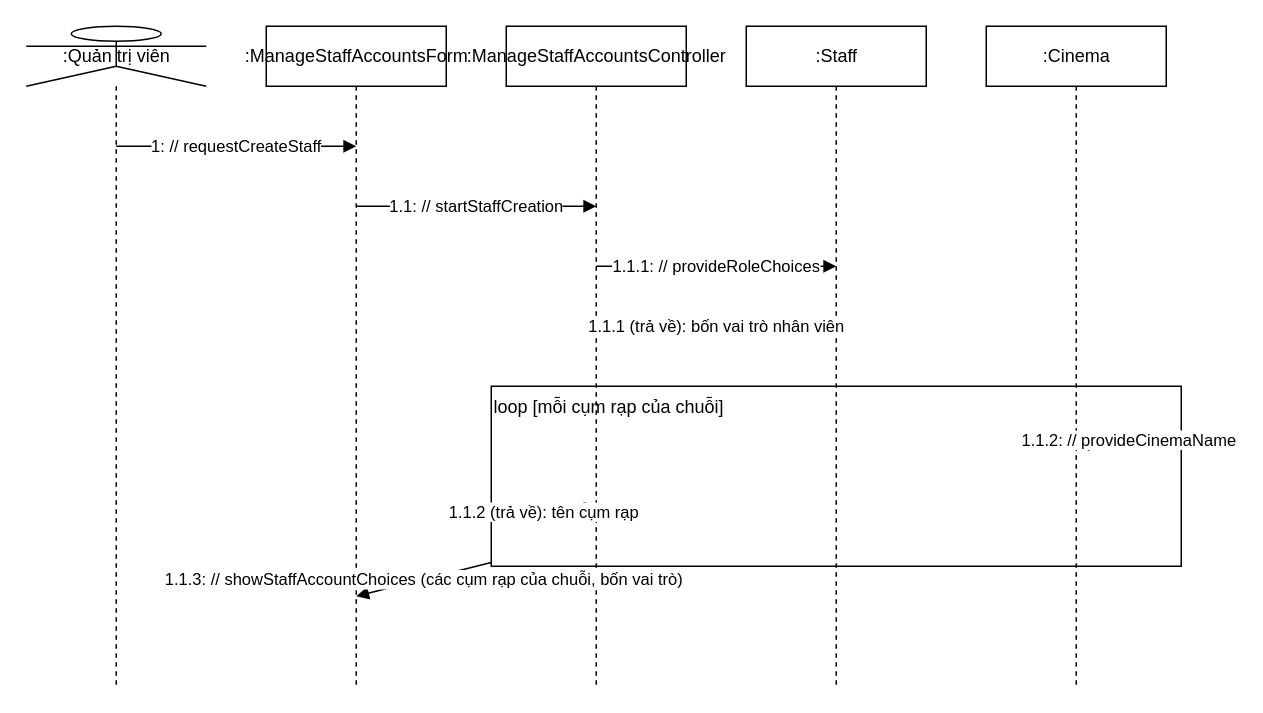
The draw.io diagram page "SD1a - Luồng chính bước 1 đến 2" (1 of 9) of design/diagrams/P07-sequence-UC-017.drawio in luytbq/app-dat-ve-xem-phim, before the edit. Source tidied: cells renumbered, new cells numbered last; positions are measured from the earlier drawing's top-left corner, leaving out a move shared by most shapes. Both pictures are drawn from the tidied source at 150%, with x=0, y=0 at pixel (26, 26).
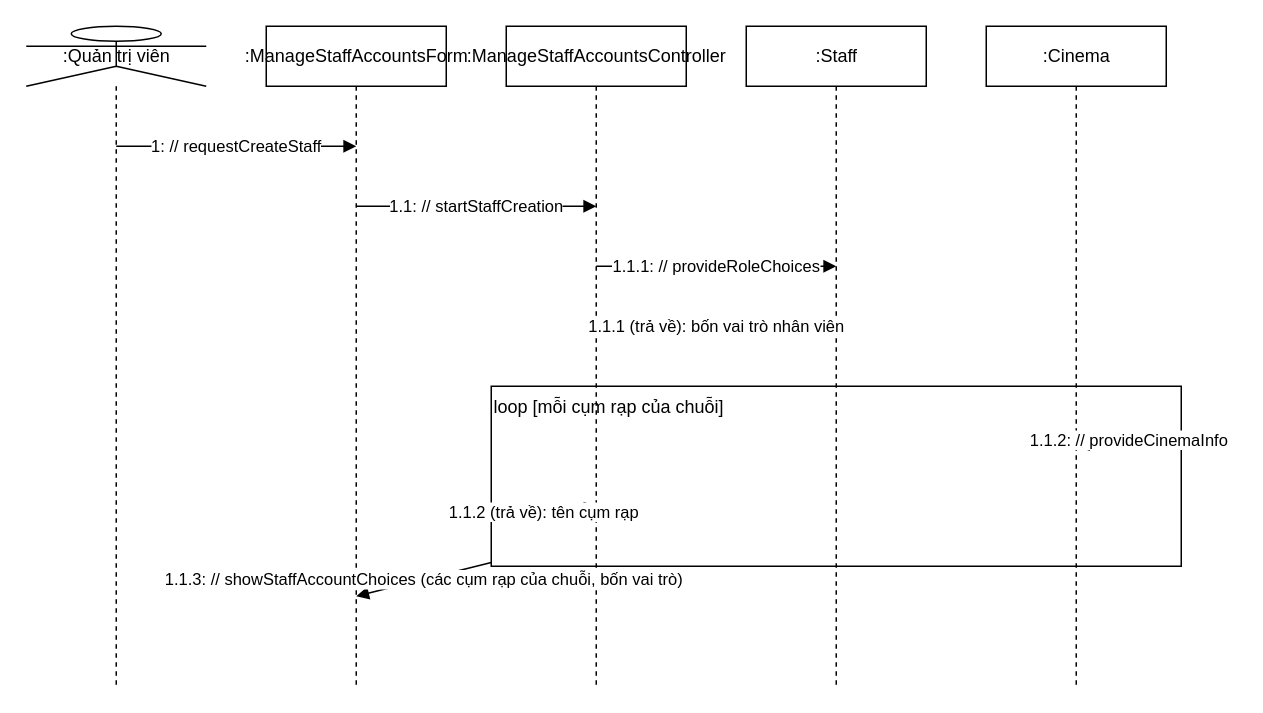
After the change.

The change refers to these unchanged cells:
```xml
<mxCell id="7" value="loop [mỗi cụm rạp của chuỗi]" style="rounded=0;whiteSpace=wrap;html=1;fillColor=none;align=left;verticalAlign=top;" parent="1" vertex="1">
  <mxGeometry x="310" y="240" width="460" height="120" as="geometry" />
</mxCell>
```

What changed in the source:
```diff
@@
-    <mxCell id="12" value="1.1.2: // provideCinemaName" style="endArrow=block;endFill=1;html=1;" parent="1" edge="1" source="7">
+    <mxCell id="12" value="1.1.2: // provideCinemaInfo" style="endArrow=block;endFill=1;html=1;" parent="1" edge="1" source="7">
       <mxGeometry relative="1" as="geometry">
         <mxPoint x="700" y="280" as="targetPoint" />
       </mxGeometry>
     </mxCell>
```
